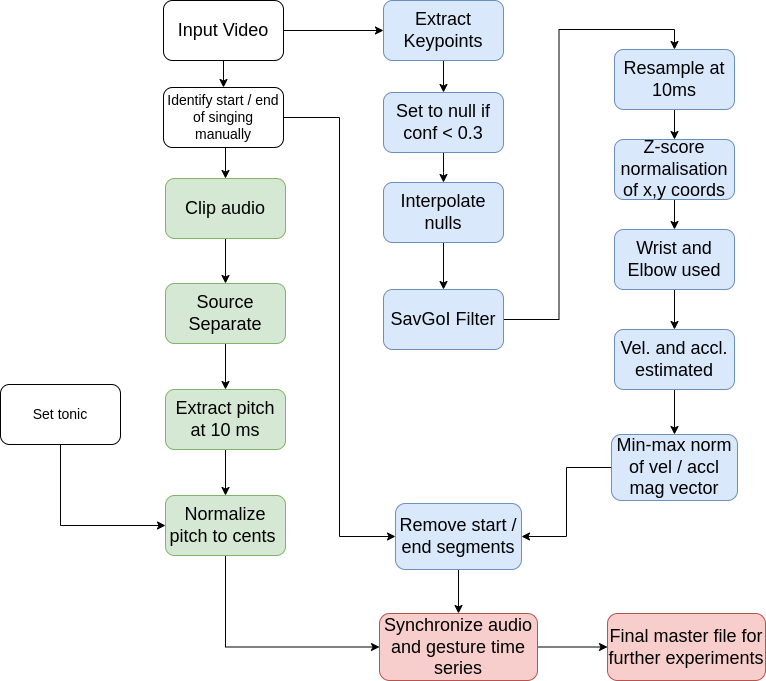
Before: process2D.png, a diagram exported from draw.io (sujoyrc/hindustani_raga_dataset_processing). Source tidied: cells renumbered, new cells last; positions are measured from the earlier drawing's top-left corner, leaving out a move shared by most shapes. Its diagram source:
```xml
<mxGraphModel>
  <root>
    <mxCell id="0" />
    <mxCell id="1" parent="0" />
    <mxCell id="2" style="edgeStyle=orthogonalEdgeStyle;rounded=0;jettySize=auto;html=1;" parent="1" edge="1" source="4" target="30">
      <mxGeometry relative="1" as="geometry" />
    </mxCell>
    <mxCell id="3" style="edgeStyle=orthogonalEdgeStyle;rounded=0;jettySize=auto;html=1;" parent="1" edge="1" source="4" target="10">
      <mxGeometry relative="1" as="geometry" />
    </mxCell>
    <mxCell id="4" value="&lt;font style=&quot;font-size: 18px;&quot;&gt;Input Video&lt;/font&gt;" style="rounded=1;whiteSpace=wrap;html=1;" parent="1" vertex="1">
      <mxGeometry x="163" width="120" height="60" as="geometry" />
    </mxCell>
    <mxCell id="5" style="edgeStyle=orthogonalEdgeStyle;rounded=0;jettySize=auto;html=1;fontSize=18;" parent="1" edge="1" source="6" target="8">
      <mxGeometry relative="1" as="geometry" />
    </mxCell>
    <mxCell id="6" value="&lt;font style=&quot;font-size: 18px;&quot;&gt;Source Separate&lt;/font&gt;" style="rounded=1;whiteSpace=wrap;html=1;fillColor=#d5e8d4;strokeColor=#82b366;" parent="1" vertex="1">
      <mxGeometry x="165" y="283" width="120" height="60" as="geometry" />
    </mxCell>
    <mxCell id="7" style="edgeStyle=orthogonalEdgeStyle;rounded=0;jettySize=auto;html=1;" parent="1" edge="1" source="8" target="34">
      <mxGeometry relative="1" as="geometry" />
    </mxCell>
    <mxCell id="8" value="Extract pitch at 10 ms" style="rounded=1;whiteSpace=wrap;html=1;fontSize=18;fillColor=#d5e8d4;strokeColor=#82b366;" parent="1" vertex="1">
      <mxGeometry x="165" y="389" width="120" height="60" as="geometry" />
    </mxCell>
    <mxCell id="9" style="edgeStyle=orthogonalEdgeStyle;rounded=0;jettySize=auto;html=1;fontSize=18;" parent="1" edge="1" source="10" target="12">
      <mxGeometry relative="1" as="geometry" />
    </mxCell>
    <mxCell id="10" value="Extract Keypoints" style="rounded=1;whiteSpace=wrap;html=1;fontSize=18;fillColor=#dae8fc;strokeColor=#6c8ebf;" parent="1" vertex="1">
      <mxGeometry x="383" width="120" height="60" as="geometry" />
    </mxCell>
    <mxCell id="11" style="edgeStyle=orthogonalEdgeStyle;rounded=0;jettySize=auto;html=1;fontSize=18;" parent="1" edge="1" source="12">
      <mxGeometry relative="1" as="geometry">
        <mxPoint x="443" y="182" as="targetPoint" />
      </mxGeometry>
    </mxCell>
    <mxCell id="12" value="Set to null if conf &amp;lt; 0.3" style="rounded=1;whiteSpace=wrap;html=1;fontSize=18;fillColor=#dae8fc;strokeColor=#6c8ebf;" parent="1" vertex="1">
      <mxGeometry x="383" y="92" width="120" height="60" as="geometry" />
    </mxCell>
    <mxCell id="13" style="edgeStyle=orthogonalEdgeStyle;rounded=0;jettySize=auto;html=1;fontSize=18;" parent="1" edge="1" target="15">
      <mxGeometry relative="1" as="geometry">
        <mxPoint x="443" y="242" as="sourcePoint" />
      </mxGeometry>
    </mxCell>
    <mxCell id="14" style="edgeStyle=orthogonalEdgeStyle;rounded=0;jettySize=auto;html=1;fontSize=18;" parent="1" edge="1" source="15" target="17">
      <mxGeometry relative="1" as="geometry" />
    </mxCell>
    <mxCell id="15" value="Interpolate nulls" style="rounded=1;whiteSpace=wrap;html=1;fontSize=18;fillColor=#dae8fc;strokeColor=#6c8ebf;" parent="1" vertex="1">
      <mxGeometry x="383" y="182" width="120" height="60" as="geometry" />
    </mxCell>
    <mxCell id="16" style="edgeStyle=orthogonalEdgeStyle;rounded=0;jettySize=auto;html=1;entryX=0.5;entryY=0;entryDx=0;entryDy=0;fontSize=18;" parent="1" edge="1" source="17" target="19">
      <mxGeometry relative="1" as="geometry" />
    </mxCell>
    <mxCell id="17" value="SavGoI Filter" style="rounded=1;whiteSpace=wrap;html=1;fontSize=18;fillColor=#dae8fc;strokeColor=#6c8ebf;" parent="1" vertex="1">
      <mxGeometry x="383" y="289" width="120" height="60" as="geometry" />
    </mxCell>
    <mxCell id="18" style="edgeStyle=orthogonalEdgeStyle;rounded=0;jettySize=auto;html=1;fontSize=18;" parent="1" edge="1" source="19" target="21">
      <mxGeometry relative="1" as="geometry" />
    </mxCell>
    <mxCell id="19" value="Resample at 10ms" style="rounded=1;whiteSpace=wrap;html=1;fontSize=18;fillColor=#dae8fc;strokeColor=#6c8ebf;" parent="1" vertex="1">
      <mxGeometry x="614" y="49" width="120" height="60" as="geometry" />
    </mxCell>
    <mxCell id="20" style="edgeStyle=orthogonalEdgeStyle;rounded=0;jettySize=auto;html=1;fontSize=18;" parent="1" edge="1" source="21" target="23">
      <mxGeometry relative="1" as="geometry" />
    </mxCell>
    <mxCell id="21" value="Z-score normalisation of x,y coords" style="rounded=1;whiteSpace=wrap;html=1;fontSize=18;fillColor=#dae8fc;strokeColor=#6c8ebf;" parent="1" vertex="1">
      <mxGeometry x="614" y="139" width="120" height="60" as="geometry" />
    </mxCell>
    <mxCell id="22" style="edgeStyle=orthogonalEdgeStyle;rounded=0;jettySize=auto;html=1;fontSize=18;" parent="1" edge="1" source="23" target="25">
      <mxGeometry relative="1" as="geometry" />
    </mxCell>
    <mxCell id="23" value="Wrist and Elbow used" style="rounded=1;whiteSpace=wrap;html=1;fontSize=18;fillColor=#dae8fc;strokeColor=#6c8ebf;" parent="1" vertex="1">
      <mxGeometry x="614" y="229" width="120" height="60" as="geometry" />
    </mxCell>
    <mxCell id="24" style="edgeStyle=orthogonalEdgeStyle;rounded=0;jettySize=auto;html=1;" parent="1" edge="1" source="25" target="27">
      <mxGeometry relative="1" as="geometry" />
    </mxCell>
    <mxCell id="25" value="Vel. and accl. estimated" style="rounded=1;whiteSpace=wrap;html=1;fontSize=18;fillColor=#dae8fc;strokeColor=#6c8ebf;" parent="1" vertex="1">
      <mxGeometry x="614" y="329" width="120" height="60" as="geometry" />
    </mxCell>
    <mxCell id="26" style="edgeStyle=orthogonalEdgeStyle;rounded=0;jettySize=auto;html=1;exitX=0;exitY=0.5;exitDx=0;exitDy=0;entryX=1;entryY=0.5;entryDx=0;entryDy=0;" parent="1" edge="1" source="27" target="38">
      <mxGeometry relative="1" as="geometry" />
    </mxCell>
    <mxCell id="27" value="Min-max norm of vel / accl mag vector" style="rounded=1;whiteSpace=wrap;html=1;fontSize=18;fillColor=#dae8fc;strokeColor=#6c8ebf;" parent="1" vertex="1">
      <mxGeometry x="611" y="434" width="126" height="66" as="geometry" />
    </mxCell>
    <mxCell id="28" style="edgeStyle=orthogonalEdgeStyle;rounded=0;jettySize=auto;html=1;exitX=1;exitY=0.5;exitDx=0;exitDy=0;entryX=0;entryY=0.5;entryDx=0;entryDy=0;" parent="1" edge="1" source="30" target="38">
      <mxGeometry relative="1" as="geometry" />
    </mxCell>
    <mxCell id="29" style="edgeStyle=orthogonalEdgeStyle;rounded=0;jettySize=auto;html=1;exitX=0.5;exitY=1;exitDx=0;exitDy=0;entryX=0.5;entryY=0;entryDx=0;entryDy=0;" parent="1" edge="1" source="30" target="32">
      <mxGeometry relative="1" as="geometry" />
    </mxCell>
    <mxCell id="30" value="&lt;font style=&quot;font-size: 14px;&quot;&gt;Identify start / end of singing manually&lt;/font&gt;" style="rounded=1;whiteSpace=wrap;html=1;" parent="1" vertex="1">
      <mxGeometry x="163" y="87" width="120" height="60" as="geometry" />
    </mxCell>
    <mxCell id="31" style="edgeStyle=orthogonalEdgeStyle;rounded=0;jettySize=auto;html=1;" parent="1" edge="1" source="32" target="6">
      <mxGeometry relative="1" as="geometry" />
    </mxCell>
    <mxCell id="32" value="&lt;font style=&quot;font-size: 18px;&quot;&gt;Clip audio&lt;/font&gt;" style="rounded=1;whiteSpace=wrap;html=1;fillColor=#d5e8d4;strokeColor=#82b366;" parent="1" vertex="1">
      <mxGeometry x="165" y="178" width="120" height="60" as="geometry" />
    </mxCell>
    <mxCell id="33" style="edgeStyle=orthogonalEdgeStyle;rounded=0;jettySize=auto;html=1;exitX=0.5;exitY=1;exitDx=0;exitDy=0;entryX=0;entryY=0.5;entryDx=0;entryDy=0;" parent="1" edge="1" source="34" target="36">
      <mxGeometry relative="1" as="geometry" />
    </mxCell>
    <mxCell id="34" value="Normalize pitch to cents&amp;nbsp;" style="rounded=1;whiteSpace=wrap;html=1;fontSize=18;fillColor=#d5e8d4;strokeColor=#82b366;" parent="1" vertex="1">
      <mxGeometry x="165" y="495" width="120" height="60" as="geometry" />
    </mxCell>
    <mxCell id="35" style="edgeStyle=orthogonalEdgeStyle;rounded=0;jettySize=auto;html=1;exitX=1;exitY=0.5;exitDx=0;exitDy=0;entryX=0;entryY=0.5;entryDx=0;entryDy=0;" parent="1" edge="1" source="36" target="39">
      <mxGeometry relative="1" as="geometry" />
    </mxCell>
    <mxCell id="36" value="&lt;font style=&quot;font-size: 18px;&quot;&gt;Synchronize audio and gesture time series&lt;/font&gt;" style="rounded=1;whiteSpace=wrap;html=1;fillColor=#f8cecc;strokeColor=#b85450;" parent="1" vertex="1">
      <mxGeometry x="379" y="613" width="158" height="67" as="geometry" />
    </mxCell>
    <mxCell id="37" style="edgeStyle=orthogonalEdgeStyle;rounded=0;jettySize=auto;html=1;exitX=0.5;exitY=1;exitDx=0;exitDy=0;entryX=0.5;entryY=0;entryDx=0;entryDy=0;" parent="1" edge="1" source="38" target="36">
      <mxGeometry relative="1" as="geometry" />
    </mxCell>
    <mxCell id="38" value="Remove start / end segments" style="rounded=1;whiteSpace=wrap;html=1;fontSize=18;fillColor=#dae8fc;strokeColor=#6c8ebf;" parent="1" vertex="1">
      <mxGeometry x="395" y="503" width="126" height="66" as="geometry" />
    </mxCell>
    <mxCell id="39" value="&lt;font style=&quot;font-size: 18px;&quot;&gt;Final master file for further experiments&lt;/font&gt;" style="rounded=1;whiteSpace=wrap;html=1;fillColor=#f8cecc;strokeColor=#b85450;" parent="1" vertex="1">
      <mxGeometry x="607" y="613" width="158" height="67" as="geometry" />
    </mxCell>
    <mxCell id="40" style="edgeStyle=orthogonalEdgeStyle;rounded=0;jettySize=auto;html=1;exitX=0.5;exitY=1;exitDx=0;exitDy=0;entryX=0;entryY=0.5;entryDx=0;entryDy=0;" parent="1" edge="1" source="41" target="34">
      <mxGeometry relative="1" as="geometry" />
    </mxCell>
    <mxCell id="41" value="&lt;span style=&quot;font-size: 14px;&quot;&gt;Set tonic&lt;/span&gt;" style="rounded=1;whiteSpace=wrap;html=1;" parent="1" vertex="1">
      <mxGeometry y="384" width="120" height="60" as="geometry" />
    </mxCell>
  </root>
</mxGraphModel>
```
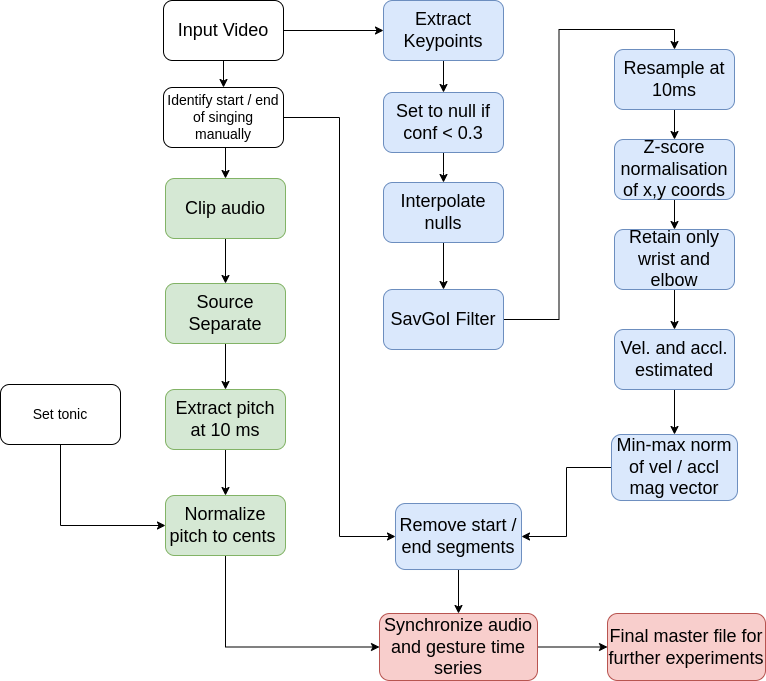
After the commit.

Diff of the diagram source:
```diff
@@ -69,7 +69,7 @@
     <mxCell id="22" style="edgeStyle=orthogonalEdgeStyle;rounded=0;jettySize=auto;html=1;fontSize=18;" parent="1" edge="1" source="23" target="25">
       <mxGeometry relative="1" as="geometry" />
     </mxCell>
-    <mxCell id="23" value="Wrist and Elbow used" style="rounded=1;whiteSpace=wrap;html=1;fontSize=18;fillColor=#dae8fc;strokeColor=#6c8ebf;" parent="1" vertex="1">
+    <mxCell id="23" value="Retain only wrist and elbow" style="rounded=1;whiteSpace=wrap;html=1;fontSize=18;fillColor=#dae8fc;strokeColor=#6c8ebf;" parent="1" vertex="1">
       <mxGeometry x="614" y="229" width="120" height="60" as="geometry" />
     </mxCell>
     <mxCell id="24" style="edgeStyle=orthogonalEdgeStyle;rounded=0;jettySize=auto;html=1;" parent="1" edge="1" source="25" target="27">
```
